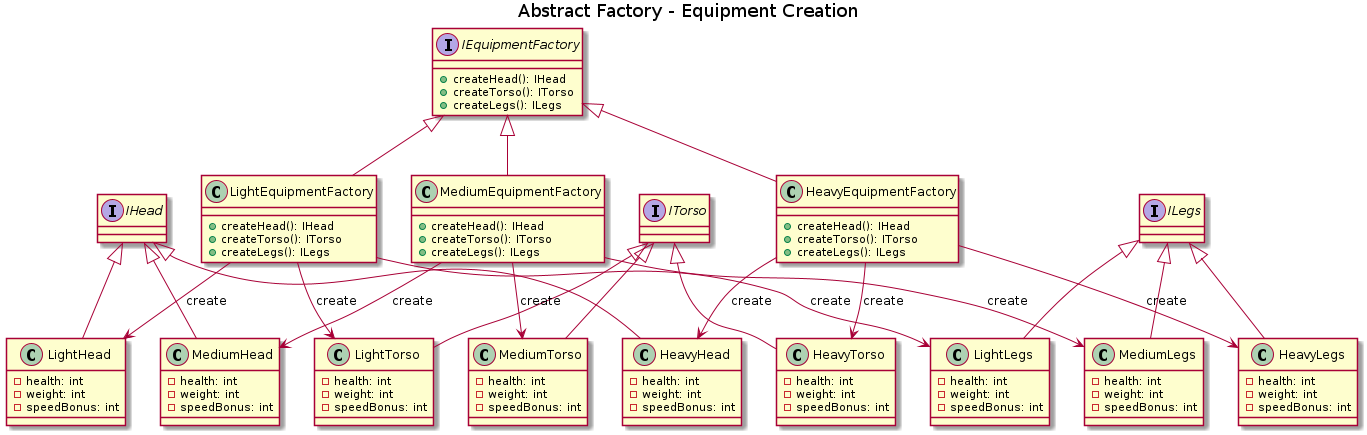
This is UML/Abstract_Factory/equipment.abstract-factory.png from project-survivor/documentation, a PlantUML export, as it was before one commit. Its diagram source:
```plantuml
@startuml
title Abstract Factory - Equipment Creation

interface IEquipmentFactory {
  +createHead(): IHead
  +createTorso(): ITorso
  +createLegs(): ILegs
}

interface IHead {
}

interface ITorso {
}

interface ILegs {
}

class LightHead {
  -health: int
  -weight: int
  -speedBonus: int
}

class LightTorso {
  -health: int
  -weight: int
  -speedBonus: int
}

class LightLegs {
  -health: int
  -weight: int
  -speedBonus: int
}

class MediumHead {
  -health: int
  -weight: int
  -speedBonus: int
}

class MediumTorso {
  -health: int
  -weight: int
  -speedBonus: int
}

class MediumLegs {
  -health: int
  -weight: int
  -speedBonus: int
}

class HeavyHead {
  -health: int
  -weight: int
  -speedBonus: int
}

class HeavyTorso {
  -health: int
  -weight: int
  -speedBonus: int
}

class HeavyLegs {
  -health: int
  -weight: int
  -speedBonus: int
}

class LightEquipmentFactory {
  +createHead(): IHead
  +createTorso(): ITorso
  +createLegs(): ILegs
}

class MediumEquipmentFactory {
  +createHead(): IHead
  +createTorso(): ITorso
  +createLegs(): ILegs
}

class HeavyEquipmentFactory {
  +createHead(): IHead
  +createTorso(): ITorso
  +createLegs(): ILegs
}

IHead  <|-- LightHead
ILegs  <|-- LightLegs
ITorso <|-- LightTorso

IHead  <|-- MediumHead
ITorso <|-- MediumTorso
ILegs  <|-- MediumLegs

ILegs  <|-- HeavyLegs
IHead  <|-- HeavyHead
ITorso <|-- HeavyTorso

IEquipmentFactory <|-- LightEquipmentFactory
IEquipmentFactory <|-- MediumEquipmentFactory
IEquipmentFactory <|-- HeavyEquipmentFactory

LightEquipmentFactory --> LightHead : create
LightEquipmentFactory --> LightTorso : create
LightEquipmentFactory --> LightLegs : create

MediumEquipmentFactory --> MediumHead : create
MediumEquipmentFactory --> MediumTorso : create
MediumEquipmentFactory --> MediumLegs : create

HeavyEquipmentFactory --> HeavyHead : create
HeavyEquipmentFactory --> HeavyTorso : create
HeavyEquipmentFactory --> HeavyLegs : create

@enduml
```
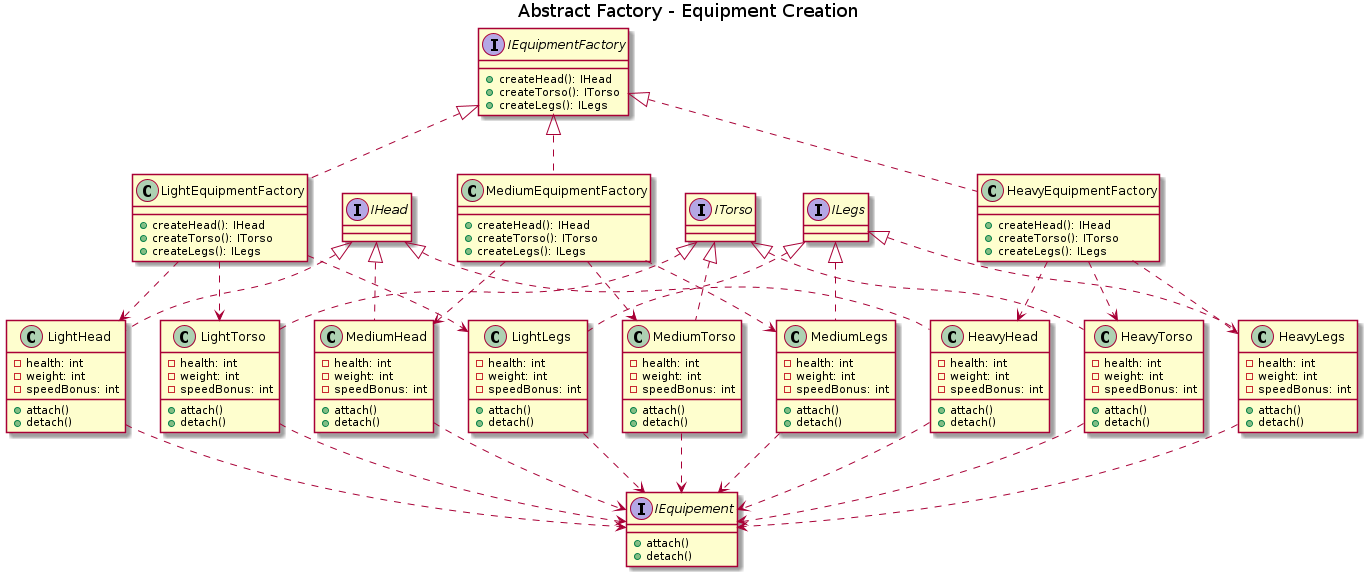
After the change.

What changed in the source:
```diff
@@ -20,54 +20,72 @@
   -health: int
   -weight: int
   -speedBonus: int
+  +attach()
+  +detach()
 }
 
 class LightTorso {
   -health: int
   -weight: int
   -speedBonus: int
+  +attach()
+  +detach()
 }
 
 class LightLegs {
   -health: int
   -weight: int
   -speedBonus: int
+  +attach()
+  +detach()
 }
 
 class MediumHead {
   -health: int
   -weight: int
   -speedBonus: int
+  +attach()
+  +detach()
 }
 
 class MediumTorso {
   -health: int
   -weight: int
   -speedBonus: int
+  +attach()
+  +detach()
 }
 
 class MediumLegs {
   -health: int
   -weight: int
   -speedBonus: int
+  +attach()
+  +detach()
 }
 
 class HeavyHead {
   -health: int
   -weight: int
   -speedBonus: int
+  +attach()
+  +detach()
 }
 
 class HeavyTorso {
   -health: int
   -weight: int
   -speedBonus: int
+  +attach()
+  +detach()
 }
 
 class HeavyLegs {
   -health: int
   -weight: int
   -speedBonus: int
+  +attach()
+  +detach()
 }
 
 class LightEquipmentFactory {
@@ -88,32 +106,49 @@
   +createLegs(): ILegs
 }
 
-IHead  <|-- LightHead
-ILegs  <|-- LightLegs
-ITorso <|-- LightTorso
+interface IEquipement {
+  +attach()
+  +detach()
+}
 
-IHead  <|-- MediumHead
-ITorso <|-- MediumTorso
-ILegs  <|-- MediumLegs
+LightHead ..> IEquipement
+LightTorso ..> IEquipement
+LightLegs ..> IEquipement
 
-ILegs  <|-- HeavyLegs
-IHead  <|-- HeavyHead
-ITorso <|-- HeavyTorso
+MediumHead ..> IEquipement
+MediumTorso ..> IEquipement
+MediumLegs ..> IEquipement
 
-IEquipmentFactory <|-- LightEquipmentFactory
-IEquipmentFactory <|-- MediumEquipmentFactory
-IEquipmentFactory <|-- HeavyEquipmentFactory
+HeavyHead ..> IEquipement
+HeavyTorso ..> IEquipement
+HeavyLegs ..> IEquipement
 
-LightEquipmentFactory --> LightHead : create
-LightEquipmentFactory --> LightTorso : create
-LightEquipmentFactory --> LightLegs : create
+IHead  <|.. LightHead
+ILegs  <|.. LightLegs
+ITorso <|.. LightTorso
 
-MediumEquipmentFactory --> MediumHead : create
-MediumEquipmentFactory --> MediumTorso : create
-MediumEquipmentFactory --> MediumLegs : create
+IHead  <|.. MediumHead
+ITorso <|.. MediumTorso
+ILegs  <|.. MediumLegs
 
-HeavyEquipmentFactory --> HeavyHead : create
-HeavyEquipmentFactory --> HeavyTorso : create
-HeavyEquipmentFactory --> HeavyLegs : create
+ILegs  <|.. HeavyLegs
+IHead  <|.. HeavyHead
+ITorso <|.. HeavyTorso
+
+IEquipmentFactory <|.. LightEquipmentFactory
+IEquipmentFactory <|.. MediumEquipmentFactory
+IEquipmentFactory <|.. HeavyEquipmentFactory
+
+LightEquipmentFactory ..> LightHead
+LightEquipmentFactory ..> LightTorso
+LightEquipmentFactory ..> LightLegs
+
+MediumEquipmentFactory ..> MediumHead
+MediumEquipmentFactory ..> MediumTorso
+MediumEquipmentFactory ..> MediumLegs
+
+HeavyEquipmentFactory ..> HeavyHead
+HeavyEquipmentFactory ..> HeavyTorso
+HeavyEquipmentFactory ..> HeavyLegs
 
 @enduml
```
